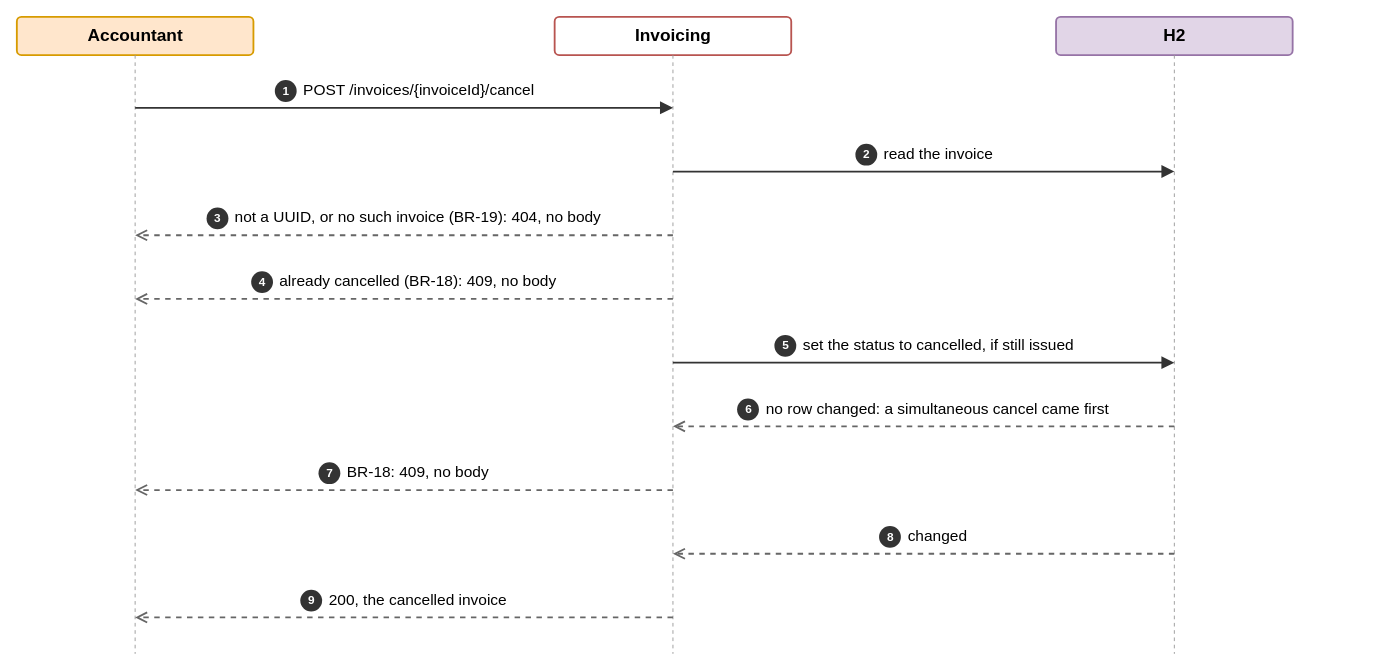
Before: page "Dynamic - Cancel an invoice" (5 of 6) of docs/architecture/c4.drawio in elie29/partition-commerce, a draw.io diagram. Source tidied: cells renumbered, new cells numbered last; positions are measured from the earlier drawing's top-left corner, leaving out a move shared by most shapes. Both pictures are drawn from the tidied source at 91%, with x=0, y=0 at pixel (16, 16).
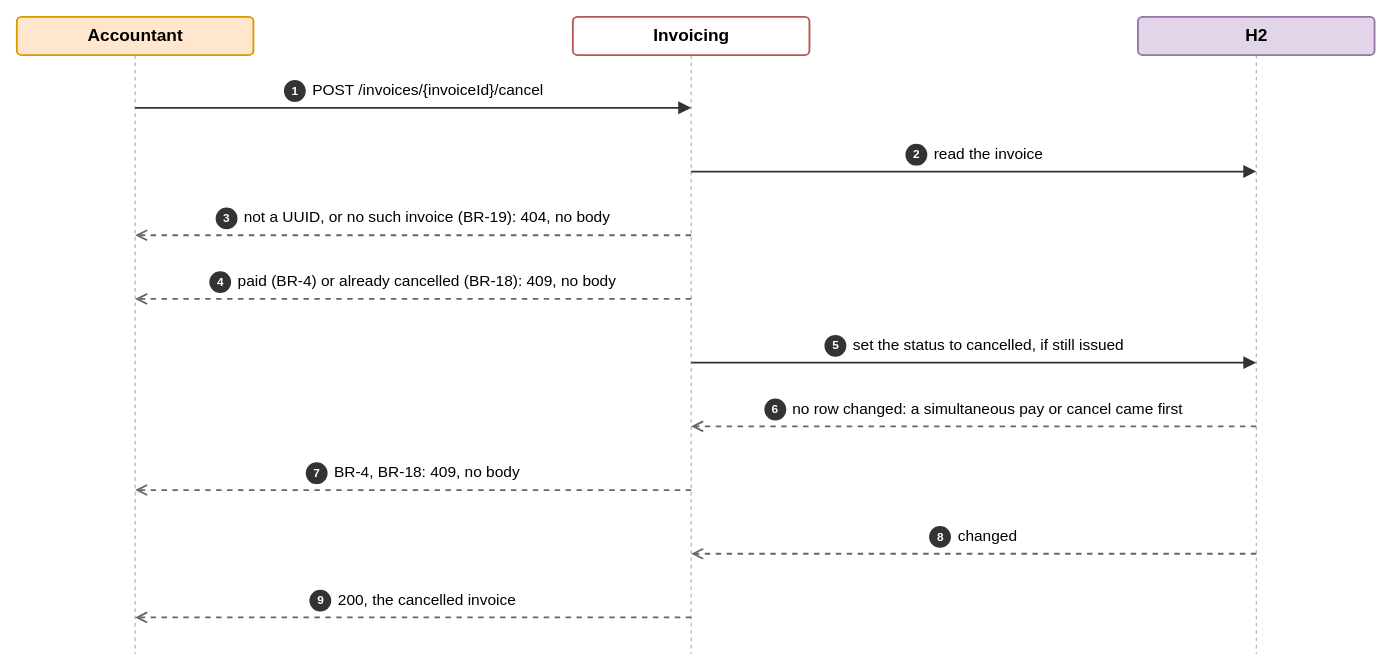
Above is the later version.

Change to the diagram source:
```diff
@@
-    <mxCell id="3" value="&lt;b&gt;Invoicing&lt;/b&gt;" style="rounded=1;absoluteArcSize=1;arcSize=10;html=1;fillColor=#ffffff;strokeColor=#b85450;strokeWidth=2;fontColor=#000000;fontFamily=IBM Plex Sans;fontSize=19;partition=zqTPp1a1vt;" parent="1" vertex="1">
-      <mxGeometry x="591" width="260" height="42" as="geometry" />
+    <mxCell id="3" value="&lt;b&gt;Invoicing&lt;/b&gt;" style="rounded=1;absoluteArcSize=1;arcSize=10;html=1;fillColor=#ffffff;strokeColor=#b85450;strokeWidth=2;fontColor=#000000;fontFamily=IBM Plex Sans;fontSize=19;partition=g_7NoDNKTt;" parent="1" vertex="1">
+      <mxGeometry x="611" width="260" height="42" as="geometry" />
     </mxCell>
-    <mxCell id="4" value="&lt;b&gt;H2&lt;/b&gt;" style="rounded=1;absoluteArcSize=1;arcSize=10;html=1;fillColor=#e1d5e7;strokeColor=#9673a6;strokeWidth=2;fontColor=#000000;fontFamily=IBM Plex Sans;fontSize=19;partition=Rte4g5RvHy;" parent="1" vertex="1">
-      <mxGeometry x="1142" width="260" height="42" as="geometry" />
+    <mxCell id="4" value="&lt;b&gt;H2&lt;/b&gt;" style="rounded=1;absoluteArcSize=1;arcSize=10;html=1;fillColor=#e1d5e7;strokeColor=#9673a6;strokeWidth=2;fontColor=#000000;fontFamily=IBM Plex Sans;fontSize=19;partition=4y7O7Tu078;" parent="1" vertex="1">
+      <mxGeometry x="1232" width="260" height="42" as="geometry" />
     </mxCell>
@@
-    <mxCell id="6" style="endArrow=none;strokeColor=#999999;strokeWidth=1;html=1;dashed=1;dashPattern=4 4;partition=2EGOuoxV2e;" parent="1" edge="1">
+    <mxCell id="6" style="endArrow=none;strokeColor=#999999;strokeWidth=1;html=1;dashed=1;dashPattern=4 4;partition=OZQnLquWKF;" parent="1" edge="1">
       <mxGeometry relative="1" as="geometry">
-        <mxPoint x="721" y="42" as="sourcePoint" />
-        <mxPoint x="721" y="700" as="targetPoint" />
+        <mxPoint x="741" y="42" as="sourcePoint" />
+        <mxPoint x="741" y="700" as="targetPoint" />
       </mxGeometry>
     </mxCell>
-    <mxCell id="7" style="endArrow=none;strokeColor=#999999;strokeWidth=1;html=1;dashed=1;dashPattern=4 4;partition=mj0jENERsk;" parent="1" edge="1">
+    <mxCell id="7" style="endArrow=none;strokeColor=#999999;strokeWidth=1;html=1;dashed=1;dashPattern=4 4;partition=aK3HO2o7RT;" parent="1" edge="1">
       <mxGeometry relative="1" as="geometry">
-        <mxPoint x="1272" y="42" as="sourcePoint" />
-        <mxPoint x="1272" y="700" as="targetPoint" />
+        <mxPoint x="1362" y="42" as="sourcePoint" />
+        <mxPoint x="1362" y="700" as="targetPoint" />
       </mxGeometry>
     </mxCell>
-    <mxCell id="8" value="&lt;span style=&quot;display:inline-block;width:24px;height:24px;line-height:24px;border-radius:12px;background:#333333;color:#fff;font-weight:600;font-size:13px;text-align:center;margin-right:7px;vertical-align:middle&quot;&gt;1&lt;/span&gt;POST /invoices/{invoiceId}/cancel" style="endArrow=block;endFill=1;endSize=9;strokeColor=#333333;strokeWidth=2;dashed=0;html=1;fontFamily=IBM Plex Sans;fontSize=17;fontColor=#000000;verticalAlign=bottom;align=center;labelBackgroundColor=none;spacingBottom=4;partition=ltbPL8pfmf;" parent="1" edge="1">
+    <mxCell id="8" value="&lt;span style=&quot;display:inline-block;width:24px;height:24px;line-height:24px;border-radius:12px;background:#333333;color:#fff;font-weight:600;font-size:13px;text-align:center;margin-right:7px;vertical-align:middle&quot;&gt;1&lt;/span&gt;POST /invoices/{invoiceId}/cancel" style="endArrow=block;endFill=1;endSize=9;strokeColor=#333333;strokeWidth=2;dashed=0;html=1;fontFamily=IBM Plex Sans;fontSize=17;fontColor=#000000;verticalAlign=bottom;align=center;labelBackgroundColor=none;spacingBottom=4;partition=6Xu4JedfjY;" parent="1" edge="1">
       <mxGeometry relative="1" as="geometry">
         <mxPoint x="130" y="100" as="sourcePoint" />
-        <mxPoint x="721" y="100" as="targetPoint" />
+        <mxPoint x="741" y="100" as="targetPoint" />
       </mxGeometry>
     </mxCell>
-    <mxCell id="9" value="&lt;span style=&quot;display:inline-block;width:24px;height:24px;line-height:24px;border-radius:12px;background:#333333;color:#fff;font-weight:600;font-size:13px;text-align:center;margin-right:7px;vertical-align:middle&quot;&gt;2&lt;/span&gt;read the invoice" style="endArrow=block;endFill=1;endSize=9;strokeColor=#333333;strokeWidth=2;dashed=0;html=1;fontFamily=IBM Plex Sans;fontSize=17;fontColor=#000000;verticalAlign=bottom;align=center;labelBackgroundColor=none;spacingBottom=4;partition=h7Bb5fZrZv;" parent="1" edge="1">
+    <mxCell id="9" value="&lt;span style=&quot;display:inline-block;width:24px;height:24px;line-height:24px;border-radius:12px;background:#333333;color:#fff;font-weight:600;font-size:13px;text-align:center;margin-right:7px;vertical-align:middle&quot;&gt;2&lt;/span&gt;read the invoice" style="endArrow=block;endFill=1;endSize=9;strokeColor=#333333;strokeWidth=2;dashed=0;html=1;fontFamily=IBM Plex Sans;fontSize=17;fontColor=#000000;verticalAlign=bottom;align=center;labelBackgroundColor=none;spacingBottom=4;partition=Ia9gJLEiOH;" parent="1" edge="1">
       <mxGeometry relative="1" as="geometry">
-        <mxPoint x="721" y="170" as="sourcePoint" />
-        <mxPoint x="1272" y="170" as="targetPoint" />
+        <mxPoint x="741" y="170" as="sourcePoint" />
+        <mxPoint x="1362" y="170" as="targetPoint" />
       </mxGeometry>
     </mxCell>
-    <mxCell id="10" value="&lt;span style=&quot;display:inline-block;width:24px;height:24px;line-height:24px;border-radius:12px;background:#333333;color:#fff;font-weight:600;font-size:13px;text-align:center;margin-right:7px;vertical-align:middle&quot;&gt;3&lt;/span&gt;not a UUID, or no such invoice (BR-19): 404, no body" style="endArrow=open;endFill=1;endSize=9;strokeColor=#666666;strokeWidth=2;dashed=1;html=1;fontFamily=IBM Plex Sans;fontSize=17;fontColor=#000000;verticalAlign=bottom;align=center;labelBackgroundColor=none;spacingBottom=4;partition=AWSuAgisvD;" parent="1" edge="1">
+    <mxCell id="10" value="&lt;span style=&quot;display:inline-block;width:24px;height:24px;line-height:24px;border-radius:12px;background:#333333;color:#fff;font-weight:600;font-size:13px;text-align:center;margin-right:7px;vertical-align:middle&quot;&gt;3&lt;/span&gt;not a UUID, or no such invoice (BR-19): 404, no body" style="endArrow=open;endFill=1;endSize=9;strokeColor=#666666;strokeWidth=2;dashed=1;html=1;fontFamily=IBM Plex Sans;fontSize=17;fontColor=#000000;verticalAlign=bottom;align=center;labelBackgroundColor=none;spacingBottom=4;partition=TPS1_TdJeu;" parent="1" edge="1">
       <mxGeometry relative="1" as="geometry">
-        <mxPoint x="721" y="240" as="sourcePoint" />
+        <mxPoint x="741" y="240" as="sourcePoint" />
         <mxPoint x="130" y="240" as="targetPoint" />
       </mxGeometry>
     </mxCell>
-    <mxCell id="11" value="&lt;span style=&quot;display:inline-block;width:24px;height:24px;line-height:24px;border-radius:12px;background:#333333;color:#fff;font-weight:600;font-size:13px;text-align:center;margin-right:7px;vertical-align:middle&quot;&gt;4&lt;/span&gt;already cancelled (BR-18): 409, no body" style="endArrow=open;endFill=1;endSize=9;strokeColor=#666666;strokeWidth=2;dashed=1;html=1;fontFamily=IBM Plex Sans;fontSize=17;fontColor=#000000;verticalAlign=bottom;align=center;labelBackgroundColor=none;spacingBottom=4;partition=_b4hrtDJsB;" parent="1" edge="1">
+    <mxCell id="11" value="&lt;span style=&quot;display:inline-block;width:24px;height:24px;line-height:24px;border-radius:12px;background:#333333;color:#fff;font-weight:600;font-size:13px;text-align:center;margin-right:7px;vertical-align:middle&quot;&gt;4&lt;/span&gt;paid (BR-4) or already cancelled (BR-18): 409, no body" style="endArrow=open;endFill=1;endSize=9;strokeColor=#666666;strokeWidth=2;dashed=1;html=1;fontFamily=IBM Plex Sans;fontSize=17;fontColor=#000000;verticalAlign=bottom;align=center;labelBackgroundColor=none;spacingBottom=4;partition=fZHxqoOmQ-;" parent="1" edge="1">
       <mxGeometry relative="1" as="geometry">
-        <mxPoint x="721" y="310" as="sourcePoint" />
+        <mxPoint x="741" y="310" as="sourcePoint" />
         <mxPoint x="130" y="310" as="targetPoint" />
       </mxGeometry>
     </mxCell>
-    <mxCell id="12" value="&lt;span style=&quot;display:inline-block;width:24px;height:24px;line-height:24px;border-radius:12px;background:#333333;color:#fff;font-weight:600;font-size:13px;text-align:center;margin-right:7px;vertical-align:middle&quot;&gt;5&lt;/span&gt;set the status to cancelled, if still issued" style="endArrow=block;endFill=1;endSize=9;strokeColor=#333333;strokeWidth=2;dashed=0;html=1;fontFamily=IBM Plex Sans;fontSize=17;fontColor=#000000;verticalAlign=bottom;align=center;labelBackgroundColor=none;spacingBottom=4;partition=TuYjLfpkox;" parent="1" edge="1">
+    <mxCell id="12" value="&lt;span style=&quot;display:inline-block;width:24px;height:24px;line-height:24px;border-radius:12px;background:#333333;color:#fff;font-weight:600;font-size:13px;text-align:center;margin-right:7px;vertical-align:middle&quot;&gt;5&lt;/span&gt;set the status to cancelled, if still issued" style="endArrow=block;endFill=1;endSize=9;strokeColor=#333333;strokeWidth=2;dashed=0;html=1;fontFamily=IBM Plex Sans;fontSize=17;fontColor=#000000;verticalAlign=bottom;align=center;labelBackgroundColor=none;spacingBottom=4;partition=xxoZU4VI3c;" parent="1" edge="1">
       <mxGeometry relative="1" as="geometry">
-        <mxPoint x="721" y="380" as="sourcePoint" />
-        <mxPoint x="1272" y="380" as="targetPoint" />
+        <mxPoint x="741" y="380" as="sourcePoint" />
+        <mxPoint x="1362" y="380" as="targetPoint" />
       </mxGeometry>
     </mxCell>
-    <mxCell id="13" value="&lt;span style=&quot;display:inline-block;width:24px;height:24px;line-height:24px;border-radius:12px;background:#333333;color:#fff;font-weight:600;font-size:13px;text-align:center;margin-right:7px;vertical-align:middle&quot;&gt;6&lt;/span&gt;no row changed: a simultaneous cancel came first" style="endArrow=open;endFill=1;endSize=9;strokeColor=#666666;strokeWidth=2;dashed=1;html=1;fontFamily=IBM Plex Sans;fontSize=17;fontColor=#000000;verticalAlign=bottom;align=center;labelBackgroundColor=none;spacingBottom=4;partition=QxmZd66zna;" parent="1" edge="1">
+    <mxCell id="13" value="&lt;span style=&quot;display:inline-block;width:24px;height:24px;line-height:24px;border-radius:12px;background:#333333;color:#fff;font-weight:600;font-size:13px;text-align:center;margin-right:7px;vertical-align:middle&quot;&gt;6&lt;/span&gt;no row changed: a simultaneous pay or cancel came first" style="endArrow=open;endFill=1;endSize=9;strokeColor=#666666;strokeWidth=2;dashed=1;html=1;fontFamily=IBM Plex Sans;fontSize=17;fontColor=#000000;verticalAlign=bottom;align=center;labelBackgroundColor=none;spacingBottom=4;partition=lflRXusxoB;" parent="1" edge="1">
       <mxGeometry relative="1" as="geometry">
-        <mxPoint x="1272" y="450" as="sourcePoint" />
-        <mxPoint x="721" y="450" as="targetPoint" />
+        <mxPoint x="1362" y="450" as="sourcePoint" />
+        <mxPoint x="741" y="450" as="targetPoint" />
       </mxGeometry>
     </mxCell>
-    <mxCell id="14" value="&lt;span style=&quot;display:inline-block;width:24px;height:24px;line-height:24px;border-radius:12px;background:#333333;color:#fff;font-weight:600;font-size:13px;text-align:center;margin-right:7px;vertical-align:middle&quot;&gt;7&lt;/span&gt;BR-18: 409, no body" style="endArrow=open;endFill=1;endSize=9;strokeColor=#666666;strokeWidth=2;dashed=1;html=1;fontFamily=IBM Plex Sans;fontSize=17;fontColor=#000000;verticalAlign=bottom;align=center;labelBackgroundColor=none;spacingBottom=4;partition=gWidiIx4Ar;" parent="1" edge="1">
+    <mxCell id="14" value="&lt;span style=&quot;display:inline-block;width:24px;height:24px;line-height:24px;border-radius:12px;background:#333333;color:#fff;font-weight:600;font-size:13px;text-align:center;margin-right:7px;vertical-align:middle&quot;&gt;7&lt;/span&gt;BR-4, BR-18: 409, no body" style="endArrow=open;endFill=1;endSize=9;strokeColor=#666666;strokeWidth=2;dashed=1;html=1;fontFamily=IBM Plex Sans;fontSize=17;fontColor=#000000;verticalAlign=bottom;align=center;labelBackgroundColor=none;spacingBottom=4;partition=QtHrc9fKeY;" parent="1" edge="1">
       <mxGeometry relative="1" as="geometry">
-        <mxPoint x="721" y="520" as="sourcePoint" />
+        <mxPoint x="741" y="520" as="sourcePoint" />
         <mxPoint x="130" y="520" as="targetPoint" />
       </mxGeometry>
     </mxCell>
-    <mxCell id="15" value="&lt;span style=&quot;display:inline-block;width:24px;height:24px;line-height:24px;border-radius:12px;background:#333333;color:#fff;font-weight:600;font-size:13px;text-align:center;margin-right:7px;vertical-align:middle&quot;&gt;8&lt;/span&gt;changed" style="endArrow=open;endFill=1;endSize=9;strokeColor=#666666;strokeWidth=2;dashed=1;html=1;fontFamily=IBM Plex Sans;fontSize=17;fontColor=#000000;verticalAlign=bottom;align=center;labelBackgroundColor=none;spacingBottom=4;partition=IRVx6xMT3q;" parent="1" edge="1">
+    <mxCell id="15" value="&lt;span style=&quot;display:inline-block;width:24px;height:24px;line-height:24px;border-radius:12px;background:#333333;color:#fff;font-weight:600;font-size:13px;text-align:center;margin-right:7px;vertical-align:middle&quot;&gt;8&lt;/span&gt;changed" style="endArrow=open;endFill=1;endSize=9;strokeColor=#666666;strokeWidth=2;dashed=1;html=1;fontFamily=IBM Plex Sans;fontSize=17;fontColor=#000000;verticalAlign=bottom;align=center;labelBackgroundColor=none;spacingBottom=4;partition=IdsO2hvBRj;" parent="1" edge="1">
       <mxGeometry relative="1" as="geometry">
-        <mxPoint x="1272" y="590" as="sourcePoint" />
-        <mxPoint x="721" y="590" as="targetPoint" />
+        <mxPoint x="1362" y="590" as="sourcePoint" />
+        <mxPoint x="741" y="590" as="targetPoint" />
       </mxGeometry>
     </mxCell>
-    <mxCell id="16" value="&lt;span style=&quot;display:inline-block;width:24px;height:24px;line-height:24px;border-radius:12px;background:#333333;color:#fff;font-weight:600;font-size:13px;text-align:center;margin-right:7px;vertical-align:middle&quot;&gt;9&lt;/span&gt;200, the cancelled invoice" style="endArrow=open;endFill=1;endSize=9;strokeColor=#666666;strokeWidth=2;dashed=1;html=1;fontFamily=IBM Plex Sans;fontSize=17;fontColor=#000000;verticalAlign=bottom;align=center;labelBackgroundColor=none;spacingBottom=4;partition=gD222RIQL-;" parent="1" edge="1">
+    <mxCell id="16" value="&lt;span style=&quot;display:inline-block;width:24px;height:24px;line-height:24px;border-radius:12px;background:#333333;color:#fff;font-weight:600;font-size:13px;text-align:center;margin-right:7px;vertical-align:middle&quot;&gt;9&lt;/span&gt;200, the cancelled invoice" style="endArrow=open;endFill=1;endSize=9;strokeColor=#666666;strokeWidth=2;dashed=1;html=1;fontFamily=IBM Plex Sans;fontSize=17;fontColor=#000000;verticalAlign=bottom;align=center;labelBackgroundColor=none;spacingBottom=4;partition=ZOzOQZkDZB;" parent="1" edge="1">
       <mxGeometry relative="1" as="geometry">
-        <mxPoint x="721" y="660" as="sourcePoint" />
+        <mxPoint x="741" y="660" as="sourcePoint" />
         <mxPoint x="130" y="660" as="targetPoint" />
       </mxGeometry>
     </mxCell>
```
